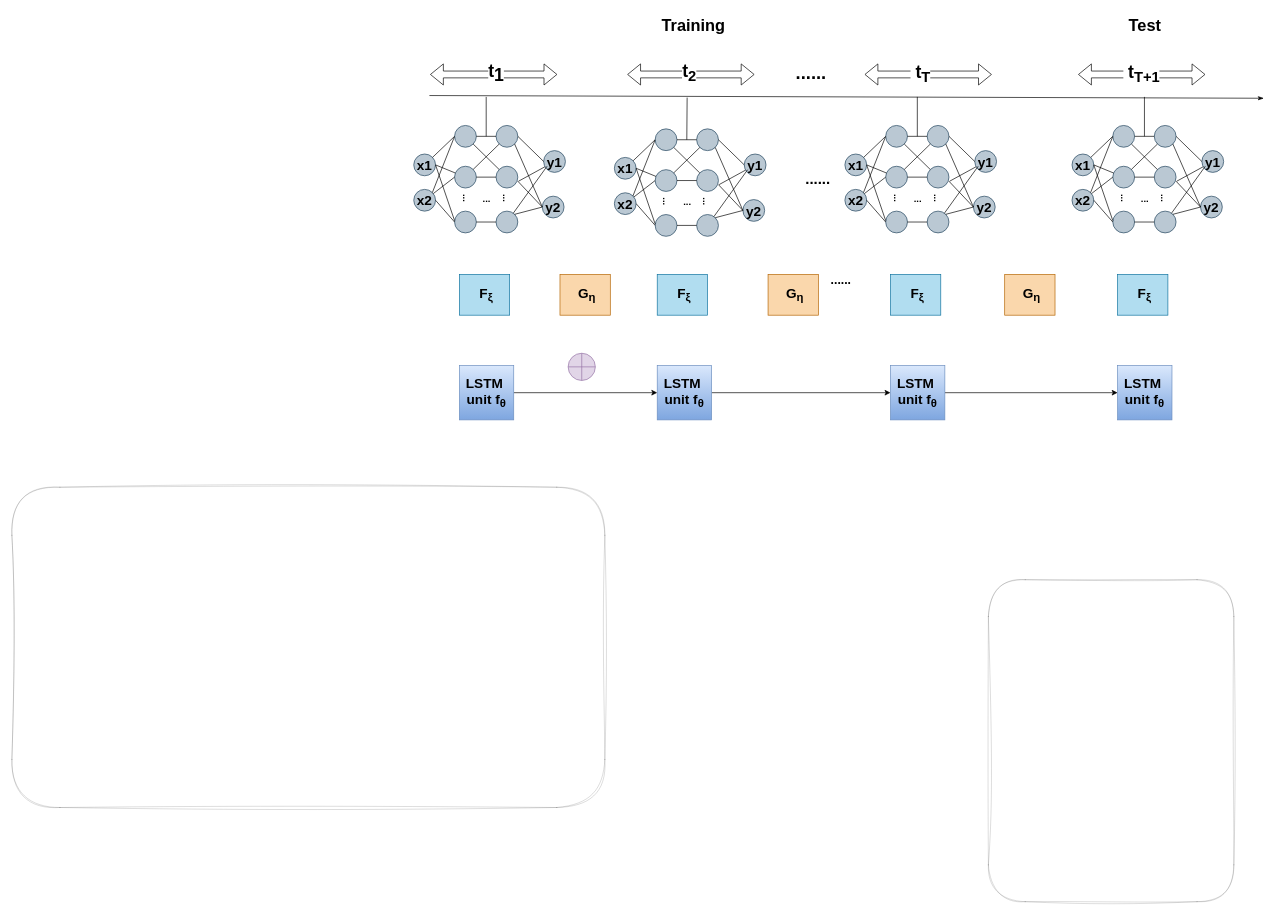
Before: 未命名绘图.drawio in lilang0710/ll, a draw.io diagram. Source tidied: cells renumbered, new cells numbered last; positions are measured from the earlier drawing's top-left corner, leaving out a move shared by most shapes. Both pictures are drawn from the tidied source at 68%, with x=0, y=0 at pixel (12, 12).
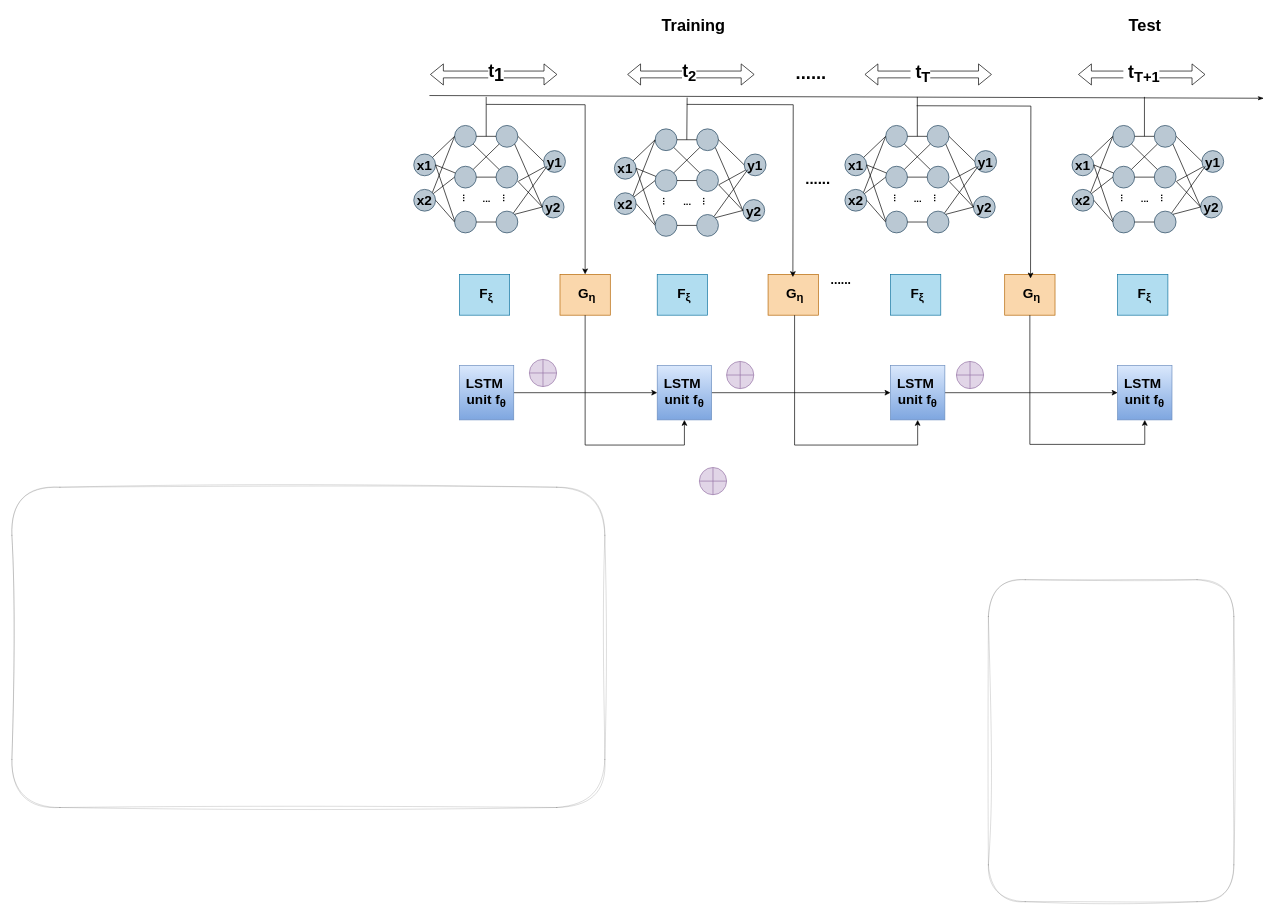
Above is the later version.

Commit message (it also covers changes not shown here):
更新未命名绘图.drawio

The change refers to these unchanged cells:
```xml
<mxCell id="3" value="&lt;div style=&quot;font-size: 20px;&quot;&gt;&lt;font style=&quot;font-size: 20px;&quot;&gt;&lt;b&gt;&lt;font style=&quot;font-size: 20px;&quot;&gt;LSTM&amp;nbsp;&lt;/font&gt;&lt;/b&gt;&lt;/font&gt;&lt;/div&gt;&lt;div style=&quot;font-size: 20px;&quot;&gt;&lt;font style=&quot;font-size: 20px;&quot;&gt;&lt;b&gt;&lt;font style=&quot;font-size: 20px;&quot;&gt;unit f&lt;/font&gt;&lt;/b&gt;&lt;font style=&quot;font-size: 20px;&quot;&gt;&lt;b&gt;&lt;span class=&quot;content-right_2s-H4&quot;&gt;&lt;sub&gt;θ&lt;/sub&gt;&lt;/span&gt;&lt;/b&gt;&lt;/font&gt;&lt;/font&gt;&lt;/div&gt;" style="whiteSpace=wrap;html=1;fillColor=#dae8fc;strokeColor=#6c8ebf;gradientColor=#7ea6e0;" parent="1" vertex="1">
  <mxGeometry x="949" y="520" width="80" height="80" as="geometry" />
</mxCell>
<mxCell id="101" value="&lt;div style=&quot;font-size: 20px;&quot;&gt;&lt;font style=&quot;font-size: 20px;&quot;&gt;&lt;b&gt;&lt;font style=&quot;font-size: 20px;&quot;&gt;LSTM&amp;nbsp;&lt;/font&gt;&lt;/b&gt;&lt;/font&gt;&lt;/div&gt;&lt;div style=&quot;font-size: 20px;&quot;&gt;&lt;font style=&quot;font-size: 20px;&quot;&gt;&lt;b&gt;&lt;font style=&quot;font-size: 20px;&quot;&gt;unit f&lt;/font&gt;&lt;/b&gt;&lt;font style=&quot;font-size: 20px;&quot;&gt;&lt;b&gt;&lt;span class=&quot;content-right_2s-H4&quot;&gt;&lt;sub&gt;θ&lt;/sub&gt;&lt;/span&gt;&lt;/b&gt;&lt;/font&gt;&lt;/font&gt;&lt;/div&gt;" style="whiteSpace=wrap;html=1;fillColor=#dae8fc;strokeColor=#6c8ebf;gradientColor=#7ea6e0;" parent="1" vertex="1">
  <mxGeometry x="1292" y="520" width="80" height="80" as="geometry" />
</mxCell>
<mxCell id="133" value="&lt;div style=&quot;font-size: 20px;&quot;&gt;&lt;font style=&quot;font-size: 20px;&quot;&gt;&lt;b&gt;&lt;font style=&quot;font-size: 20px;&quot;&gt;LSTM&amp;nbsp;&lt;/font&gt;&lt;/b&gt;&lt;/font&gt;&lt;/div&gt;&lt;div style=&quot;font-size: 20px;&quot;&gt;&lt;font style=&quot;font-size: 20px;&quot;&gt;&lt;b&gt;&lt;font style=&quot;font-size: 20px;&quot;&gt;unit f&lt;/font&gt;&lt;/b&gt;&lt;font style=&quot;font-size: 20px;&quot;&gt;&lt;b&gt;&lt;span class=&quot;content-right_2s-H4&quot;&gt;&lt;sub&gt;θ&lt;/sub&gt;&lt;/span&gt;&lt;/b&gt;&lt;/font&gt;&lt;/font&gt;&lt;/div&gt;" style="whiteSpace=wrap;html=1;fillColor=#dae8fc;strokeColor=#6c8ebf;gradientColor=#7ea6e0;" parent="1" vertex="1">
  <mxGeometry x="1626" y="520" width="80" height="80" as="geometry" />
</mxCell>
<mxCell id="149" value="&lt;b&gt;&lt;font style=&quot;font-size: 20px;&quot;&gt;&amp;nbsp;G&lt;span class=&quot;dqa-highlight-purple cos-text-headline&quot;&gt;&lt;span class=&quot;cos-font-medium&quot;&gt;&lt;sub&gt;η&lt;/sub&gt;&lt;/span&gt;&lt;/span&gt;&lt;/font&gt;&lt;/b&gt;" style="rounded=0;whiteSpace=wrap;html=1;fillColor=#fad7ac;strokeColor=#b46504;" parent="1" vertex="1">
  <mxGeometry x="806" y="386" width="74" height="60" as="geometry" />
</mxCell>
<mxCell id="154" value="&lt;b&gt;&lt;font style=&quot;font-size: 20px;&quot;&gt;&amp;nbsp;G&lt;span class=&quot;dqa-highlight-purple cos-text-headline&quot;&gt;&lt;span class=&quot;cos-font-medium&quot;&gt;&lt;sub&gt;η&lt;/sub&gt;&lt;/span&gt;&lt;/span&gt;&lt;/font&gt;&lt;/b&gt;" style="rounded=0;whiteSpace=wrap;html=1;fillColor=#fad7ac;strokeColor=#b46504;" parent="1" vertex="1">
  <mxGeometry x="1460" y="386" width="74" height="60" as="geometry" />
</mxCell>
```

The edit, as a diff of the source:
```diff
@@
     <mxCell id="156" style="shape=orEllipse;perimeter=ellipsePerimeter;whiteSpace=wrap;html=1;backgroundOutline=1;fillColor=#e1d5e7;strokeColor=#9673a6;" parent="1" vertex="1">
-      <mxGeometry x="818" y="502" width="40" height="40" as="geometry" />
+      <mxGeometry x="761" y="511" width="40" height="40" as="geometry" />
     </mxCell>
+    <mxCell id="157" style="shape=orEllipse;perimeter=ellipsePerimeter;whiteSpace=wrap;html=1;backgroundOutline=1;fillColor=#e1d5e7;strokeColor=#9673a6;" parent="1" vertex="1">
+      <mxGeometry x="1051" y="514" width="40" height="40" as="geometry" />
+    </mxCell>
+    <mxCell id="158" style="shape=orEllipse;perimeter=ellipsePerimeter;whiteSpace=wrap;html=1;backgroundOutline=1;fillColor=#e1d5e7;strokeColor=#9673a6;" parent="1" vertex="1">
+      <mxGeometry x="1389" y="514" width="40" height="40" as="geometry" />
+    </mxCell>
+    <mxCell id="159" style="shape=orEllipse;perimeter=ellipsePerimeter;whiteSpace=wrap;html=1;backgroundOutline=1;fillColor=#e1d5e7;strokeColor=#9673a6;" parent="1" vertex="1">
+      <mxGeometry x="1011" y="670" width="40" height="40" as="geometry" />
+    </mxCell>
+    <mxCell id="160" style="endArrow=classic;html=1;rounded=0;entryX=0.5;entryY=0;entryDx=0;entryDy=0;edgeStyle=orthogonalEdgeStyle;" parent="1" edge="1" target="149">
+      <mxGeometry relative="1" as="geometry">
+        <mxPoint x="697.5" y="136" as="sourcePoint" />
+      </mxGeometry>
+    </mxCell>
+    <mxCell id="161" style="endArrow=classic;html=1;rounded=0;entryX=0.5;entryY=0;entryDx=0;entryDy=0;edgeStyle=orthogonalEdgeStyle;" parent="1" edge="1">
+      <mxGeometry relative="1" as="geometry">
+        <mxPoint x="992.5" y="136" as="sourcePoint" />
+        <mxPoint x="1148.5" y="390" as="targetPoint" />
+      </mxGeometry>
+    </mxCell>
+    <mxCell id="162" style="endArrow=classic;html=1;rounded=0;entryX=0.5;entryY=0;entryDx=0;entryDy=0;edgeStyle=orthogonalEdgeStyle;" parent="1" edge="1">
+      <mxGeometry relative="1" as="geometry">
+        <mxPoint x="1330.5" y="138" as="sourcePoint" />
+        <mxPoint x="1498" y="392" as="targetPoint" />
+      </mxGeometry>
+    </mxCell>
+    <mxCell id="163" style="endArrow=classic;html=1;rounded=0;entryX=0.5;entryY=1;entryDx=0;entryDy=0;exitX=0.5;exitY=1;exitDx=0;exitDy=0;edgeStyle=orthogonalEdgeStyle;" parent="1" edge="1" source="149" target="3">
+      <mxGeometry relative="1" as="geometry">
+        <Array as="points">
+          <mxPoint x="843" y="637" />
+          <mxPoint x="989" y="637" />
+        </Array>
+      </mxGeometry>
+    </mxCell>
+    <mxCell id="164" style="endArrow=classic;html=1;rounded=0;entryX=0.5;entryY=1;entryDx=0;entryDy=0;exitX=0.5;exitY=1;exitDx=0;exitDy=0;edgeStyle=orthogonalEdgeStyle;" parent="1" edge="1" target="101">
+      <mxGeometry relative="1" as="geometry">
+        <mxPoint x="1151" y="446" as="sourcePoint" />
+        <Array as="points">
+          <mxPoint x="1151" y="637" />
+          <mxPoint x="1332" y="637" />
+        </Array>
+      </mxGeometry>
+    </mxCell>
+    <mxCell id="165" style="endArrow=classic;html=1;rounded=0;exitX=0.5;exitY=1;exitDx=0;exitDy=0;entryX=0.5;entryY=1;entryDx=0;entryDy=0;edgeStyle=orthogonalEdgeStyle;" parent="1" edge="1" source="154" target="133">
+      <mxGeometry relative="1" as="geometry">
+        <Array as="points">
+          <mxPoint x="1497" y="636" />
+          <mxPoint x="1666" y="636" />
+        </Array>
+      </mxGeometry>
+    </mxCell>
```
